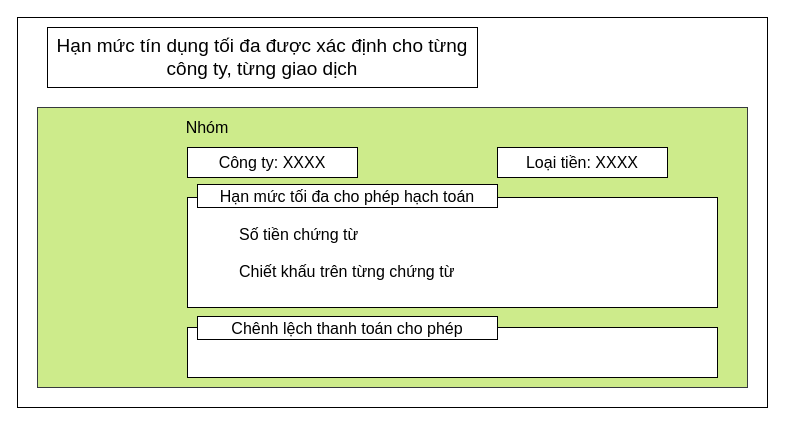
The draw.io diagram page "Hinh 10. Quan ly han muc tin dung" (7 of 10) of Proposal Ilustration.drawio in hunghvfyu/PVCOMBANK, before the edit. Source tidied: cells renumbered, new cells numbered last; positions are measured from the earlier drawing's top-left corner, leaving out a move shared by most shapes. Both pictures are drawn from the tidied source at 100%, with x=0, y=0 at pixel (17, 17). Pictures stored in the file or linked from it are replaced by grey dashed boxes.
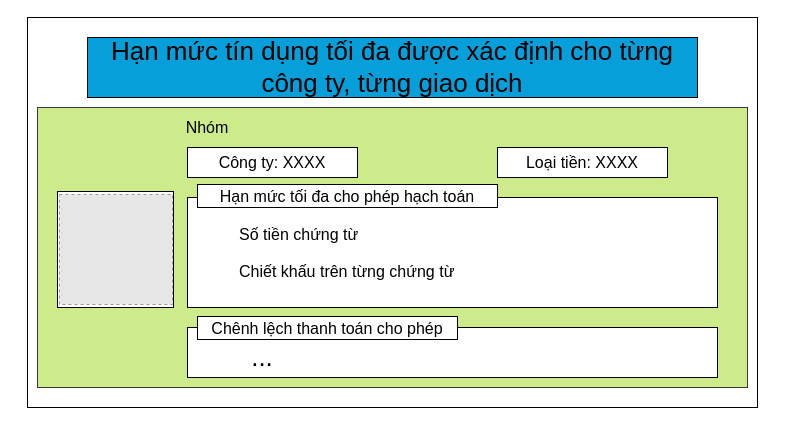
Above is the later version.

What changed in the source:
```diff
@@
 <mxGraphModel>
   <root>
     <mxCell id="0" />
     <mxCell id="1" parent="0" />
     <mxCell id="2" style="rounded=0;whiteSpace=wrap;html=1;strokeWidth=1;fontSize=16;align=center;" parent="1" vertex="1">
-      <mxGeometry width="750" height="390" as="geometry" />
+      <mxGeometry x="10" width="730" height="390" as="geometry" />
     </mxCell>
-    <mxCell id="3" value="Hạn mức tín dụng tối đa được xác định cho từng công ty, từng giao dịch" style="rounded=0;whiteSpace=wrap;html=1;strokeWidth=1;fontSize=19;align=center;" parent="1" vertex="1">
-      <mxGeometry x="30" y="10" width="430" height="60" as="geometry" />
+    <mxCell id="3" value="Hạn mức tín dụng tối đa được xác định cho từng công ty, từng giao dịch" style="rounded=0;whiteSpace=wrap;html=1;strokeWidth=1;fontSize=26;align=center;fillColor=#079FDA;" parent="1" vertex="1">
+      <mxGeometry x="70" y="20" width="610" height="60" as="geometry" />
     </mxCell>
     <mxCell id="4" style="rounded=0;whiteSpace=wrap;html=1;strokeWidth=1;fontSize=16;align=center;fillColor=#cdeb8b;strokeColor=#36393d;" parent="1" vertex="1">
       <mxGeometry x="20" y="90" width="710" height="280" as="geometry" />
     </mxCell>
     <mxCell id="5" value="Nhóm" style="text;html=1;strokeColor=none;fillColor=none;align=center;verticalAlign=middle;whiteSpace=wrap;rounded=0;fontSize=16;fontColor=#000000;" parent="1" vertex="1">
       <mxGeometry x="170" y="100" width="40" height="20" as="geometry" />
     </mxCell>
     <mxCell id="6" value="Công ty: XXXX" style="rounded=0;whiteSpace=wrap;html=1;strokeWidth=1;fontSize=16;align=center;" parent="1" vertex="1">
       <mxGeometry x="170" y="130" width="170" height="30" as="geometry" />
     </mxCell>
     <mxCell id="7" value="Loại tiền: XXXX" style="rounded=0;whiteSpace=wrap;html=1;strokeWidth=1;fontSize=16;align=center;" parent="1" vertex="1">
       <mxGeometry x="480" y="130" width="170" height="30" as="geometry" />
     </mxCell>
     <mxCell id="8" style="rounded=0;whiteSpace=wrap;html=1;strokeWidth=1;fontSize=16;align=center;" parent="1" vertex="1">
       <mxGeometry x="170" y="180" width="530" height="110" as="geometry" />
     </mxCell>
     <mxCell id="9" style="rounded=0;whiteSpace=wrap;html=1;strokeWidth=1;fontSize=16;align=center;" parent="1" vertex="1">
       <mxGeometry x="170" y="310" width="530" height="50" as="geometry" />
     </mxCell>
     <mxCell id="10" value="Hạn mức tối đa cho phép hạch toán" style="rounded=0;whiteSpace=wrap;html=1;strokeWidth=1;fontSize=16;align=center;" parent="1" vertex="1">
       <mxGeometry x="180" y="167" width="300" height="23" as="geometry" />
     </mxCell>
     <mxCell id="11" value="Chênh lệch thanh toán cho phép" style="rounded=0;whiteSpace=wrap;html=1;strokeWidth=1;fontSize=16;align=center;" parent="1" vertex="1">
-      <mxGeometry x="180" y="299" width="300" height="23" as="geometry" />
+      <mxGeometry x="180" y="299" width="260" height="23" as="geometry" />
     </mxCell>
     <mxCell id="12" value="Số tiền chứng từ" style="text;html=1;strokeColor=none;fillColor=none;align=left;verticalAlign=middle;whiteSpace=wrap;rounded=0;fontSize=16;fontColor=#000000;" parent="1" vertex="1">
       <mxGeometry x="220" y="207" width="140" height="20" as="geometry" />
     </mxCell>
     <mxCell id="13" value="Chiết khấu trên từng chứng từ" style="text;html=1;strokeColor=none;fillColor=none;align=left;verticalAlign=middle;whiteSpace=wrap;rounded=0;fontSize=16;fontColor=#000000;" parent="1" vertex="1">
       <mxGeometry x="220" y="244" width="230" height="20" as="geometry" />
     </mxCell>
+    <mxCell id="14" style="whiteSpace=wrap;html=1;" parent="1" vertex="1">
+      <mxGeometry x="40" y="174" width="116" height="116" as="geometry" />
+    </mxCell>
+    <mxCell id="15" style="fillColor=#E6E6E6;strokeColor=#999999;dashed=1;verticalLabelPosition=bottom;labelBackgroundColor=#ffffff;verticalAlign=top;" parent="1" vertex="1">
+      <mxGeometry x="42" y="177" width="113" height="110" as="geometry" />
+    </mxCell>
+    <mxCell id="16" value="..." style="text;html=1;strokeColor=none;fillColor=none;align=center;verticalAlign=middle;whiteSpace=wrap;rounded=0;fontSize=26;fontColor=#000000;" parent="1" vertex="1">
+      <mxGeometry x="220" y="330" width="50" height="20" as="geometry" />
+    </mxCell>
   </root>
 </mxGraphModel>
```
